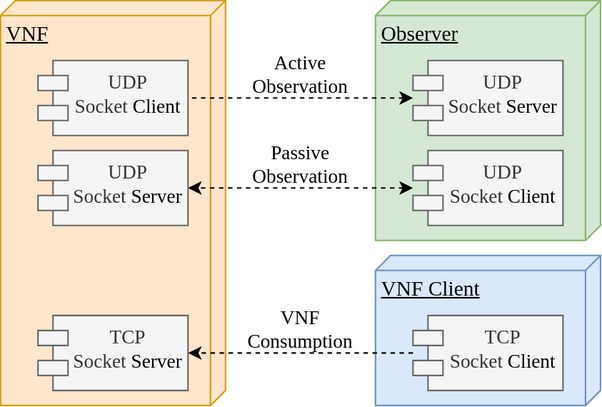
The draw.io diagram environment.svg in werneckg/vnf-observability, before a commit. Source tidied: cells renumbered, new cells last; positions are measured from the earlier drawing's top-left corner, leaving out a move shared by most shapes.
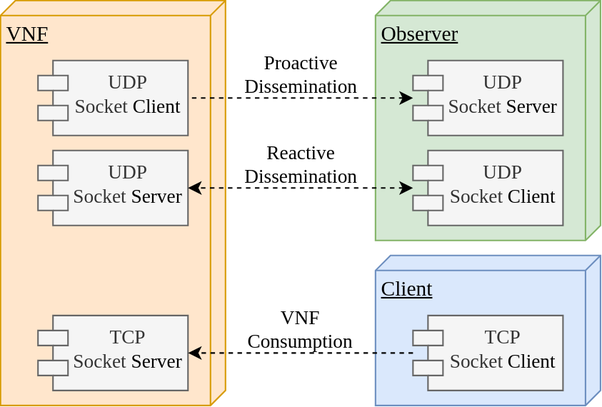
After the commit.

Change to the diagram source:
```diff
@@ -2,7 +2,7 @@
   <root>
     <mxCell id="0" />
     <mxCell id="1" parent="0" />
-    <mxCell id="2" value="&lt;font style=&quot;font-size: 14px;&quot; face=&quot;Times New Roman&quot;&gt;VNF Client&lt;/font&gt;" style="verticalAlign=top;align=left;spacingTop=8;spacingLeft=2;spacingRight=12;shape=cube;size=10;direction=south;fontStyle=4;html=1;whiteSpace=wrap;fillColor=#dae8fc;strokeColor=#6c8ebf;" parent="1" vertex="1">
+    <mxCell id="2" value="&lt;font style=&quot;font-size: 14px;&quot; face=&quot;Times New Roman&quot;&gt;Client&lt;/font&gt;" style="verticalAlign=top;align=left;spacingTop=8;spacingLeft=2;spacingRight=12;shape=cube;size=10;direction=south;fontStyle=4;html=1;whiteSpace=wrap;fillColor=#dae8fc;strokeColor=#6c8ebf;" parent="1" vertex="1">
       <mxGeometry x="250" y="170" width="150" height="100" as="geometry" />
     </mxCell>
     <mxCell id="3" value="&lt;font style=&quot;font-size: 14px;&quot; face=&quot;Times New Roman&quot;&gt;Observer&lt;/font&gt;" style="verticalAlign=top;align=left;spacingTop=8;spacingLeft=2;spacingRight=12;shape=cube;size=10;direction=south;fontStyle=4;html=1;whiteSpace=wrap;fillColor=#d5e8d4;strokeColor=#82b366;" parent="1" vertex="1">
@@ -38,14 +38,14 @@
     <mxCell id="13" value="&lt;font style=&quot;font-size: 13px;&quot; face=&quot;Times New Roman&quot;&gt;TCP&lt;/font&gt;&lt;div&gt;&lt;font style=&quot;font-size: 13px;&quot; face=&quot;Times New Roman&quot;&gt;Socket&amp;nbsp;&lt;span style=&quot;background-color: transparent; color: light-dark(rgb(0, 0, 0), rgb(255, 255, 255));&quot;&gt;Client&lt;/span&gt;&lt;/font&gt;&lt;/div&gt;" style="shape=module;align=left;spacingLeft=20;align=center;verticalAlign=top;whiteSpace=wrap;html=1;fillColor=#f5f5f5;fontColor=#333333;strokeColor=#666666;" parent="1" vertex="1">
       <mxGeometry x="275" y="210" width="100" height="50" as="geometry" />
     </mxCell>
-    <mxCell id="14" value="&lt;font style=&quot;font-size: 13px;&quot; face=&quot;Times New Roman&quot;&gt;Active Observation&lt;/font&gt;" style="text;html=1;align=center;verticalAlign=middle;whiteSpace=wrap;rounded=0;" parent="1" vertex="1">
-      <mxGeometry x="165" y="34" width="70" height="30" as="geometry" />
+    <mxCell id="14" value="&lt;div&gt;&lt;font style=&quot;font-size: 13px;&quot; face=&quot;Times New Roman&quot;&gt;Proactive&lt;/font&gt;&lt;/div&gt;&lt;div&gt;&lt;font style=&quot;font-size: 13px;&quot; face=&quot;Times New Roman&quot;&gt;Dissemination&lt;/font&gt;&lt;/div&gt;" style="text;html=1;align=center;verticalAlign=middle;whiteSpace=wrap;rounded=0;" parent="1" vertex="1">
+      <mxGeometry x="157.5" y="34" width="85" height="30" as="geometry" />
     </mxCell>
-    <mxCell id="15" value="&lt;font style=&quot;font-size: 13px;&quot; face=&quot;Times New Roman&quot;&gt;Passive Observation&lt;/font&gt;" style="text;html=1;align=center;verticalAlign=middle;whiteSpace=wrap;rounded=0;" parent="1" vertex="1">
-      <mxGeometry x="165" y="93" width="70" height="31" as="geometry" />
-    </mxCell>
     <mxCell id="16" value="&lt;font style=&quot;font-size: 13px;&quot; face=&quot;Times New Roman&quot;&gt;VNF Consumption&lt;/font&gt;" style="text;html=1;align=center;verticalAlign=middle;whiteSpace=wrap;rounded=0;" parent="1" vertex="1">
       <mxGeometry x="160" y="204" width="80" height="30" as="geometry" />
     </mxCell>
+    <mxCell id="17" value="&lt;div&gt;&lt;font style=&quot;font-size: 13px;&quot; face=&quot;Times New Roman&quot;&gt;Reactive&lt;/font&gt;&lt;/div&gt;&lt;div&gt;&lt;font style=&quot;font-size: 13px;&quot; face=&quot;Times New Roman&quot;&gt;Dissemination&lt;/font&gt;&lt;/div&gt;" style="text;html=1;align=center;verticalAlign=middle;whiteSpace=wrap;rounded=0;" parent="1" vertex="1">
+      <mxGeometry x="157.5" y="94" width="85" height="30" as="geometry" />
+    </mxCell>
   </root>
 </mxGraphModel>
```
